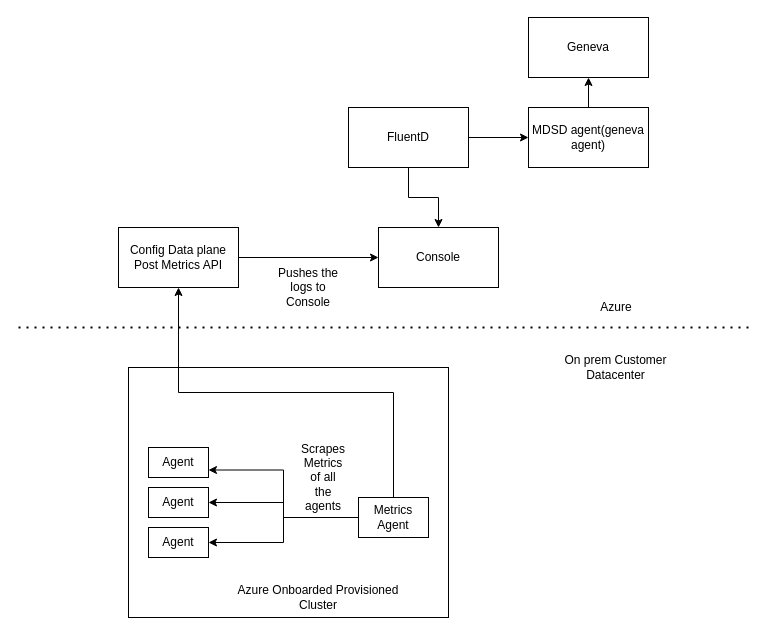
Above: MetricsWorkflow.drawio in khandelwalbrijesh/RetentionScript (draw.io), before the change. Source tidied: cells renumbered, new cells numbered last; positions are measured from the earlier drawing's top-left corner, leaving out a move shared by most shapes. Both pictures are drawn from the tidied source at 100%, with x=0, y=0 at pixel (18, 17).
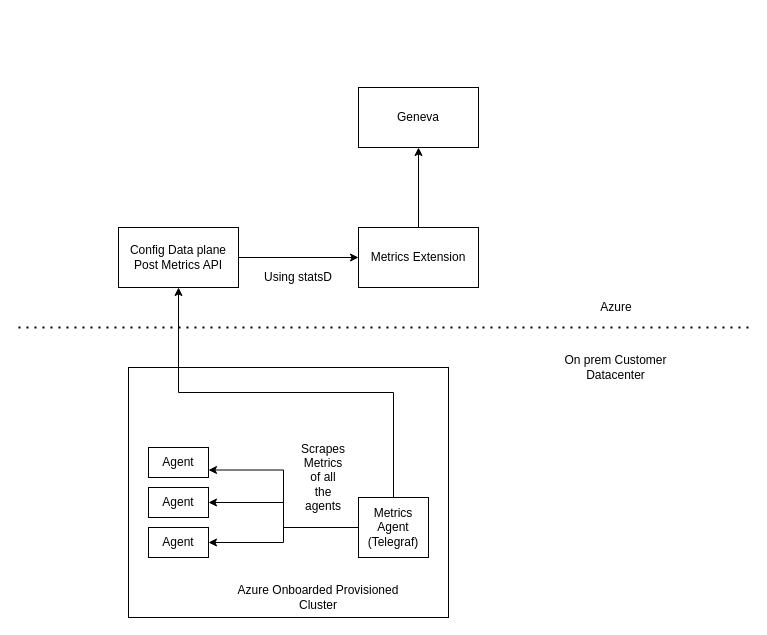
The same diagram, later.

The change refers to these unchanged cells:
```xml
<mxCell id="12" value="Config Data plane Post Metrics API" style="rounded=0;whiteSpace=wrap;html=1;" parent="1" vertex="1">
  <mxGeometry x="100" y="210" width="120" height="60" as="geometry" />
</mxCell>
```

What changed in the source:
```diff
@@
-    <mxCell id="7" value="Metrics Agent" style="rounded=0;whiteSpace=wrap;html=1;" parent="1" vertex="1">
-      <mxGeometry x="340" y="480" width="70" height="40" as="geometry" />
+    <mxCell id="7" value="Metrics Agent (Telegraf)" style="rounded=0;whiteSpace=wrap;html=1;" parent="1" vertex="1">
+      <mxGeometry x="340" y="480" width="70" height="60" as="geometry" />
     </mxCell>
@@
-    <mxCell id="11" style="edgeStyle=orthogonalEdgeStyle;rounded=0;jettySize=auto;html=1;exitX=1;exitY=0.5;exitDx=0;exitDy=0;" parent="1" edge="1" source="12" target="16">
-      <mxGeometry relative="1" as="geometry" />
-    </mxCell>
+    <mxCell id="27" style="edgeStyle=orthogonalEdgeStyle;rounded=0;jettySize=auto;html=1;exitX=1;exitY=0.5;exitDx=0;exitDy=0;entryX=0;entryY=0.5;entryDx=0;entryDy=0;" parent="1" edge="1" source="12" target="18">
+      <mxGeometry relative="1" as="geometry" />
+    </mxCell>
@@
-    <mxCell id="13" style="edgeStyle=orthogonalEdgeStyle;rounded=0;jettySize=auto;html=1;" parent="1" edge="1" source="15" target="18">
-      <mxGeometry relative="1" as="geometry" />
-    </mxCell>
-    <mxCell id="14" style="edgeStyle=orthogonalEdgeStyle;rounded=0;jettySize=auto;html=1;" parent="1" edge="1" source="15" target="16">
-      <mxGeometry relative="1" as="geometry" />
-    </mxCell>
-    <mxCell id="15" value="FluentD" style="rounded=0;whiteSpace=wrap;html=1;" parent="1" vertex="1">
-      <mxGeometry x="330" y="90" width="120" height="60" as="geometry" />
-    </mxCell>
-    <mxCell id="16" value="Console" style="rounded=0;whiteSpace=wrap;html=1;" parent="1" vertex="1">
-      <mxGeometry x="360" y="210" width="120" height="60" as="geometry" />
-    </mxCell>
@@
-    <mxCell id="18" value="MDSD agent(geneva agent)" style="rounded=0;whiteSpace=wrap;html=1;" parent="1" vertex="1">
-      <mxGeometry x="510" y="90" width="120" height="60" as="geometry" />
+    <mxCell id="18" value="Metrics Extension" style="rounded=0;whiteSpace=wrap;html=1;" parent="1" vertex="1">
+      <mxGeometry x="340" y="210" width="120" height="60" as="geometry" />
     </mxCell>
-    <mxCell id="19" value="Pushes the logs to Console" style="text;html=1;strokeColor=none;fillColor=none;align=center;verticalAlign=middle;whiteSpace=wrap;rounded=0;" parent="1" vertex="1">
-      <mxGeometry x="255" y="260" width="70" height="20" as="geometry" />
-    </mxCell>
     <mxCell id="20" value="Geneva" style="rounded=0;whiteSpace=wrap;html=1;" parent="1" vertex="1">
-      <mxGeometry x="510" width="120" height="60" as="geometry" />
+      <mxGeometry x="340" y="70" width="120" height="60" as="geometry" />
     </mxCell>
@@
+    <mxCell id="28" value="Using statsD" style="text;html=1;strokeColor=none;fillColor=none;align=center;verticalAlign=middle;whiteSpace=wrap;rounded=0;" parent="1" vertex="1">
+      <mxGeometry x="240" y="250" width="80" height="20" as="geometry" />
+    </mxCell>
```
